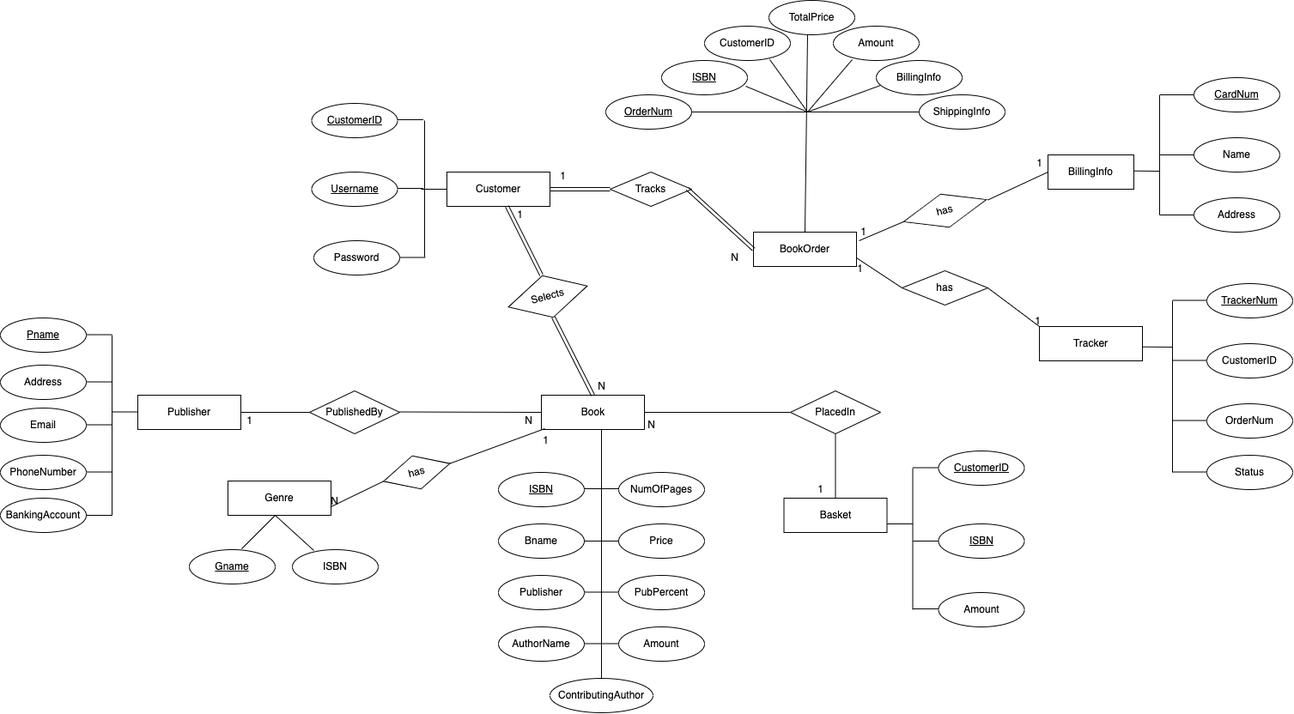
Before: Diagrams/ERDiagramV2.png, a diagram exported from draw.io (charles-55/OnlineBookstore). Source tidied: cells renumbered, new cells last; positions are measured from the earlier drawing's top-left corner, leaving out a move shared by most shapes.
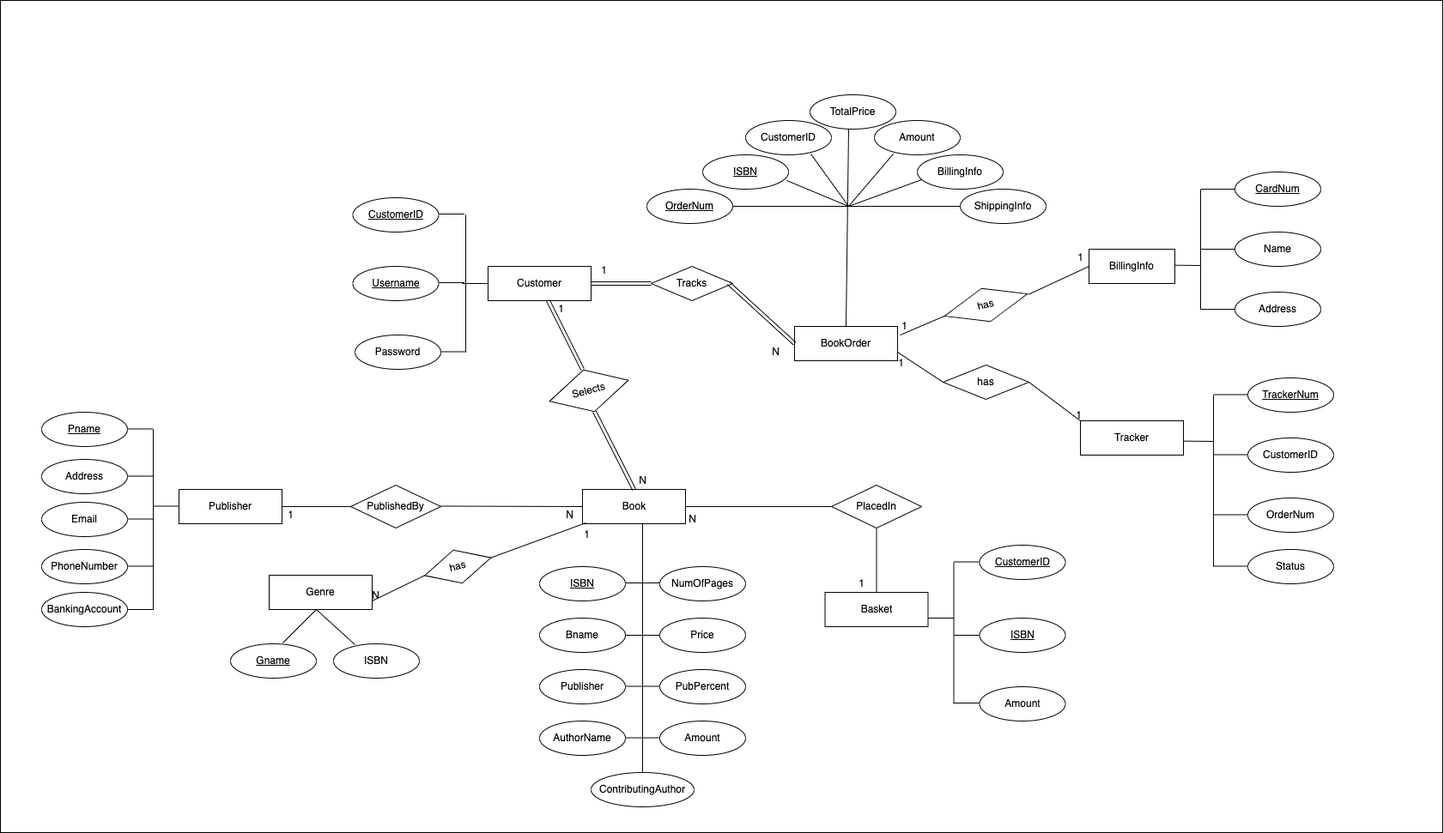
Later version of the same file.

Commit message:
Updating the diagrams based on changes made

What changed in the source:
```diff
@@ -2,6 +2,9 @@
   <root>
     <mxCell id="0" />
     <mxCell id="1" parent="0" />
+    <mxCell id="125" style="rounded=0;whiteSpace=wrap;html=1;" parent="1" vertex="1">
+      <mxGeometry x="-48" y="-110" width="1680" height="970" as="geometry" />
+    </mxCell>
     <mxCell id="2" value="Customer" style="whiteSpace=wrap;html=1;align=center;" parent="1" vertex="1">
       <mxGeometry x="520" y="200" width="120" height="40" as="geometry" />
     </mxCell>
```
